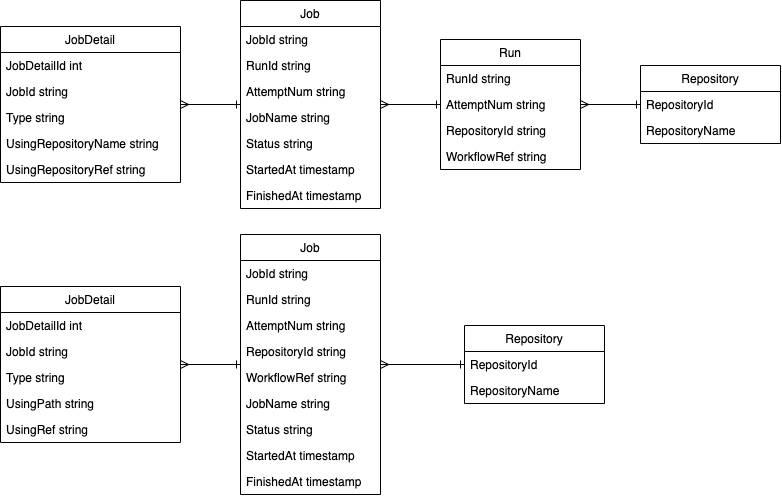
This is docs/arch/model.drawio.png from kazuo278/dashboard, a draw.io export, as it was before one commit. Source tidied: cells renumbered, new cells last; positions are measured from the earlier drawing's top-left corner, leaving out a move shared by most shapes. The source it was exported from:
```xml
<mxGraphModel>
  <root>
    <mxCell id="0" />
    <mxCell id="1" parent="0" />
    <mxCell id="2" value="Job" style="swimlane;fontStyle=0;horizontal=1;startSize=26;fillColor=none;" parent="1" vertex="1">
      <mxGeometry x="240" width="140" height="208" as="geometry" />
    </mxCell>
    <mxCell id="3" value="JobId string" style="text;strokeColor=none;fillColor=none;align=left;verticalAlign=top;spacingLeft=4;spacingRight=4;overflow=hidden;" parent="2" vertex="1">
      <mxGeometry y="26" width="140" height="26" as="geometry" />
    </mxCell>
    <mxCell id="4" value="RunId string" style="text;strokeColor=none;fillColor=none;align=left;verticalAlign=top;spacingLeft=4;spacingRight=4;overflow=hidden;" parent="2" vertex="1">
      <mxGeometry y="52" width="140" height="26" as="geometry" />
    </mxCell>
    <mxCell id="5" value="AttemptNum string" style="text;strokeColor=none;fillColor=none;align=left;verticalAlign=top;spacingLeft=4;spacingRight=4;overflow=hidden;" parent="2" vertex="1">
      <mxGeometry y="78" width="140" height="26" as="geometry" />
    </mxCell>
    <mxCell id="6" value="JobName string" style="text;strokeColor=none;fillColor=none;align=left;verticalAlign=top;spacingLeft=4;spacingRight=4;overflow=hidden;" parent="2" vertex="1">
      <mxGeometry y="104" width="140" height="26" as="geometry" />
    </mxCell>
    <mxCell id="7" value="Status string" style="text;strokeColor=none;fillColor=none;align=left;verticalAlign=top;spacingLeft=4;spacingRight=4;overflow=hidden;" parent="2" vertex="1">
      <mxGeometry y="130" width="140" height="26" as="geometry" />
    </mxCell>
    <mxCell id="8" value="StartedAt timestamp" style="text;strokeColor=none;fillColor=none;align=left;verticalAlign=top;spacingLeft=4;spacingRight=4;overflow=hidden;" parent="2" vertex="1">
      <mxGeometry y="156" width="140" height="26" as="geometry" />
    </mxCell>
    <mxCell id="9" value="FinishedAt timestamp" style="text;strokeColor=none;fillColor=none;align=left;verticalAlign=top;spacingLeft=4;spacingRight=4;overflow=hidden;" parent="2" vertex="1">
      <mxGeometry y="182" width="140" height="26" as="geometry" />
    </mxCell>
    <mxCell id="10" style="edgeStyle=none;html=1;endArrow=ERone;endFill=0;startArrow=ERmany;startFill=0;" parent="1" edge="1" source="11" target="2">
      <mxGeometry relative="1" as="geometry" />
    </mxCell>
    <mxCell id="11" value="JobDetail" style="swimlane;fontStyle=0;horizontal=1;startSize=26;fillColor=none;" parent="1" vertex="1">
      <mxGeometry y="26" width="180" height="156" as="geometry" />
    </mxCell>
    <mxCell id="12" value="JobDetailId int" style="text;strokeColor=none;fillColor=none;align=left;verticalAlign=top;spacingLeft=4;spacingRight=4;overflow=hidden;" parent="11" vertex="1">
      <mxGeometry y="26" width="180" height="26" as="geometry" />
    </mxCell>
    <mxCell id="13" value="JobId string" style="text;strokeColor=none;fillColor=none;align=left;verticalAlign=top;spacingLeft=4;spacingRight=4;overflow=hidden;" parent="11" vertex="1">
      <mxGeometry y="52" width="180" height="26" as="geometry" />
    </mxCell>
    <mxCell id="14" value="Type string&#10;" style="text;strokeColor=none;fillColor=none;align=left;verticalAlign=top;spacingLeft=4;spacingRight=4;overflow=hidden;" parent="11" vertex="1">
      <mxGeometry y="78" width="180" height="26" as="geometry" />
    </mxCell>
    <mxCell id="15" value="UsingRepositoryName string&#10;" style="text;strokeColor=none;fillColor=none;align=left;verticalAlign=top;spacingLeft=4;spacingRight=4;overflow=hidden;" parent="11" vertex="1">
      <mxGeometry y="104" width="180" height="26" as="geometry" />
    </mxCell>
    <mxCell id="16" value="UsingRepositoryRef string" style="text;strokeColor=none;fillColor=none;align=left;verticalAlign=top;spacingLeft=4;spacingRight=4;overflow=hidden;" parent="11" vertex="1">
      <mxGeometry y="130" width="180" height="26" as="geometry" />
    </mxCell>
    <mxCell id="17" value="Repository" style="swimlane;fontStyle=0;horizontal=1;startSize=26;fillColor=none;" parent="1" vertex="1">
      <mxGeometry x="640" y="65" width="140" height="78" as="geometry" />
    </mxCell>
    <mxCell id="18" value="RepositoryId" style="text;strokeColor=none;fillColor=none;align=left;verticalAlign=top;spacingLeft=4;spacingRight=4;overflow=hidden;" parent="17" vertex="1">
      <mxGeometry y="26" width="140" height="26" as="geometry" />
    </mxCell>
    <mxCell id="19" value="RepositoryName" style="text;strokeColor=none;fillColor=none;align=left;verticalAlign=top;spacingLeft=4;spacingRight=4;overflow=hidden;" parent="17" vertex="1">
      <mxGeometry y="52" width="140" height="26" as="geometry" />
    </mxCell>
    <mxCell id="20" style="edgeStyle=none;html=1;startArrow=ERmany;startFill=0;endArrow=ERone;endFill=0;" parent="1" edge="1" source="23" target="17">
      <mxGeometry relative="1" as="geometry" />
    </mxCell>
    <mxCell id="21" value="Run" style="swimlane;fontStyle=0;horizontal=1;startSize=26;fillColor=none;" parent="1" vertex="1">
      <mxGeometry x="440" y="39" width="140" height="130" as="geometry" />
    </mxCell>
    <mxCell id="22" value="RunId string" style="text;strokeColor=none;fillColor=none;align=left;verticalAlign=top;spacingLeft=4;spacingRight=4;overflow=hidden;" parent="21" vertex="1">
      <mxGeometry y="26" width="140" height="26" as="geometry" />
    </mxCell>
    <mxCell id="23" value="AttemptNum string" style="text;strokeColor=none;fillColor=none;align=left;verticalAlign=top;spacingLeft=4;spacingRight=4;overflow=hidden;points=[[0,0.5],[1,0.5]];portConstraint=eastwest;" parent="21" vertex="1">
      <mxGeometry y="52" width="140" height="26" as="geometry" />
    </mxCell>
    <mxCell id="24" value="RepositoryId string" style="text;strokeColor=none;fillColor=none;align=left;verticalAlign=top;spacingLeft=4;spacingRight=4;overflow=hidden;" parent="21" vertex="1">
      <mxGeometry y="78" width="140" height="26" as="geometry" />
    </mxCell>
    <mxCell id="25" value="WorkflowRef string" style="text;strokeColor=none;fillColor=none;align=left;verticalAlign=top;spacingLeft=4;spacingRight=4;overflow=hidden;" parent="21" vertex="1">
      <mxGeometry y="104" width="140" height="26" as="geometry" />
    </mxCell>
    <mxCell id="26" style="edgeStyle=none;html=1;entryX=0;entryY=0.5;entryDx=0;entryDy=0;startArrow=ERmany;startFill=0;endArrow=ERone;endFill=0;" parent="1" edge="1" source="2" target="23">
      <mxGeometry relative="1" as="geometry" />
    </mxCell>
    <mxCell id="27" value="Job" style="swimlane;fontStyle=0;horizontal=1;startSize=26;fillColor=none;" parent="1" vertex="1">
      <mxGeometry x="240" y="234" width="140" height="260" as="geometry" />
    </mxCell>
    <mxCell id="28" value="JobId string" style="text;strokeColor=none;fillColor=none;align=left;verticalAlign=top;spacingLeft=4;spacingRight=4;overflow=hidden;" parent="27" vertex="1">
      <mxGeometry y="26" width="140" height="26" as="geometry" />
    </mxCell>
    <mxCell id="29" value="RunId string" style="text;strokeColor=none;fillColor=none;align=left;verticalAlign=top;spacingLeft=4;spacingRight=4;overflow=hidden;" parent="27" vertex="1">
      <mxGeometry y="52" width="140" height="26" as="geometry" />
    </mxCell>
    <mxCell id="30" value="AttemptNum string" style="text;strokeColor=none;fillColor=none;align=left;verticalAlign=top;spacingLeft=4;spacingRight=4;overflow=hidden;" parent="27" vertex="1">
      <mxGeometry y="78" width="140" height="26" as="geometry" />
    </mxCell>
    <mxCell id="31" value="RepositoryId string" style="text;strokeColor=none;fillColor=none;align=left;verticalAlign=top;spacingLeft=4;spacingRight=4;overflow=hidden;" parent="27" vertex="1">
      <mxGeometry y="104" width="140" height="26" as="geometry" />
    </mxCell>
    <mxCell id="32" value="WorkflowRef string" style="text;strokeColor=none;fillColor=none;align=left;verticalAlign=top;spacingLeft=4;spacingRight=4;overflow=hidden;" parent="27" vertex="1">
      <mxGeometry y="130" width="140" height="26" as="geometry" />
    </mxCell>
    <mxCell id="33" value="JobName string" style="text;strokeColor=none;fillColor=none;align=left;verticalAlign=top;spacingLeft=4;spacingRight=4;overflow=hidden;" parent="27" vertex="1">
      <mxGeometry y="156" width="140" height="26" as="geometry" />
    </mxCell>
    <mxCell id="34" value="Status string" style="text;strokeColor=none;fillColor=none;align=left;verticalAlign=top;spacingLeft=4;spacingRight=4;overflow=hidden;" parent="27" vertex="1">
      <mxGeometry y="182" width="140" height="26" as="geometry" />
    </mxCell>
    <mxCell id="35" value="StartedAt timestamp" style="text;strokeColor=none;fillColor=none;align=left;verticalAlign=top;spacingLeft=4;spacingRight=4;overflow=hidden;" parent="27" vertex="1">
      <mxGeometry y="208" width="140" height="26" as="geometry" />
    </mxCell>
    <mxCell id="36" value="FinishedAt timestamp" style="text;strokeColor=none;fillColor=none;align=left;verticalAlign=top;spacingLeft=4;spacingRight=4;overflow=hidden;" parent="27" vertex="1">
      <mxGeometry y="234" width="140" height="26" as="geometry" />
    </mxCell>
    <mxCell id="37" style="edgeStyle=none;html=1;endArrow=ERone;endFill=0;startArrow=ERmany;startFill=0;" parent="1" edge="1" source="38" target="27">
      <mxGeometry relative="1" as="geometry" />
    </mxCell>
    <mxCell id="38" value="JobDetail" style="swimlane;fontStyle=0;horizontal=1;startSize=26;fillColor=none;" parent="1" vertex="1">
      <mxGeometry y="286" width="180" height="156" as="geometry" />
    </mxCell>
    <mxCell id="39" value="JobDetailId int" style="text;strokeColor=none;fillColor=none;align=left;verticalAlign=top;spacingLeft=4;spacingRight=4;overflow=hidden;" parent="38" vertex="1">
      <mxGeometry y="26" width="180" height="26" as="geometry" />
    </mxCell>
    <mxCell id="40" value="JobId string" style="text;strokeColor=none;fillColor=none;align=left;verticalAlign=top;spacingLeft=4;spacingRight=4;overflow=hidden;" parent="38" vertex="1">
      <mxGeometry y="52" width="180" height="26" as="geometry" />
    </mxCell>
    <mxCell id="41" value="Type string&#10;" style="text;strokeColor=none;fillColor=none;align=left;verticalAlign=top;spacingLeft=4;spacingRight=4;overflow=hidden;" parent="38" vertex="1">
      <mxGeometry y="78" width="180" height="26" as="geometry" />
    </mxCell>
    <mxCell id="42" value="UsingPath string&#10;" style="text;strokeColor=none;fillColor=none;align=left;verticalAlign=top;spacingLeft=4;spacingRight=4;overflow=hidden;" parent="38" vertex="1">
      <mxGeometry y="104" width="180" height="26" as="geometry" />
    </mxCell>
    <mxCell id="43" value="UsingRef string" style="text;strokeColor=none;fillColor=none;align=left;verticalAlign=top;spacingLeft=4;spacingRight=4;overflow=hidden;" parent="38" vertex="1">
      <mxGeometry y="130" width="180" height="26" as="geometry" />
    </mxCell>
    <mxCell id="44" value="Repository" style="swimlane;fontStyle=0;horizontal=1;startSize=26;fillColor=none;" parent="1" vertex="1">
      <mxGeometry x="464" y="325" width="140" height="78" as="geometry" />
    </mxCell>
    <mxCell id="45" value="RepositoryId" style="text;strokeColor=none;fillColor=none;align=left;verticalAlign=top;spacingLeft=4;spacingRight=4;overflow=hidden;points=[[0,0.5],[1,0.5]];portConstraint=eastwest;" parent="44" vertex="1">
      <mxGeometry y="26" width="140" height="26" as="geometry" />
    </mxCell>
    <mxCell id="46" value="RepositoryName" style="text;strokeColor=none;fillColor=none;align=left;verticalAlign=top;spacingLeft=4;spacingRight=4;overflow=hidden;" parent="44" vertex="1">
      <mxGeometry y="52" width="140" height="26" as="geometry" />
    </mxCell>
    <mxCell id="47" style="edgeStyle=none;html=1;startArrow=ERmany;startFill=0;endArrow=ERone;endFill=0;entryX=0;entryY=0.5;entryDx=0;entryDy=0;" parent="1" edge="1" source="27" target="45">
      <mxGeometry relative="1" as="geometry" />
    </mxCell>
  </root>
</mxGraphModel>
```
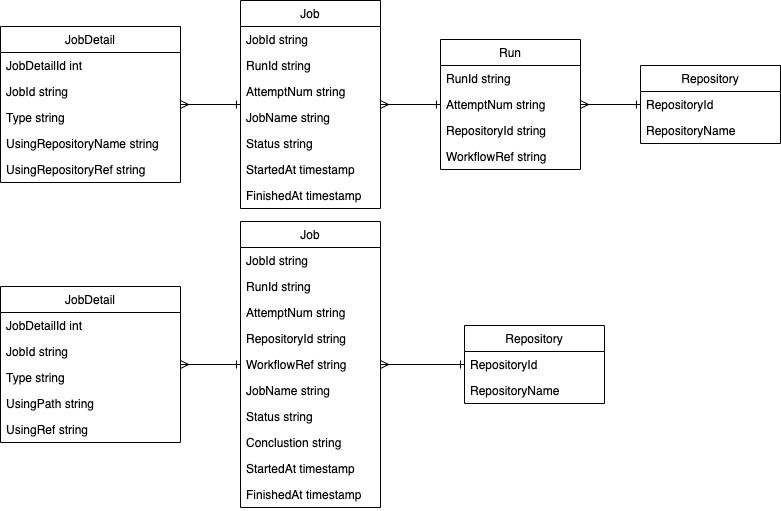
After the commit.

Diff of the diagram source:
```diff
@@ -78,7 +78,7 @@
       <mxGeometry relative="1" as="geometry" />
     </mxCell>
     <mxCell id="27" value="Job" style="swimlane;fontStyle=0;horizontal=1;startSize=26;fillColor=none;" parent="1" vertex="1">
-      <mxGeometry x="240" y="234" width="140" height="260" as="geometry" />
+      <mxGeometry x="240" y="221" width="140" height="286" as="geometry" />
     </mxCell>
     <mxCell id="28" value="JobId string" style="text;strokeColor=none;fillColor=none;align=left;verticalAlign=top;spacingLeft=4;spacingRight=4;overflow=hidden;" parent="27" vertex="1">
       <mxGeometry y="26" width="140" height="26" as="geometry" />
@@ -101,11 +101,14 @@
     <mxCell id="34" value="Status string" style="text;strokeColor=none;fillColor=none;align=left;verticalAlign=top;spacingLeft=4;spacingRight=4;overflow=hidden;" parent="27" vertex="1">
       <mxGeometry y="182" width="140" height="26" as="geometry" />
     </mxCell>
+    <mxCell id="48" value="Conclustion string" style="text;strokeColor=none;fillColor=none;align=left;verticalAlign=top;spacingLeft=4;spacingRight=4;overflow=hidden;" parent="27" vertex="1">
+      <mxGeometry y="208" width="140" height="26" as="geometry" />
+    </mxCell>
     <mxCell id="35" value="StartedAt timestamp" style="text;strokeColor=none;fillColor=none;align=left;verticalAlign=top;spacingLeft=4;spacingRight=4;overflow=hidden;" parent="27" vertex="1">
-      <mxGeometry y="208" width="140" height="26" as="geometry" />
+      <mxGeometry y="234" width="140" height="26" as="geometry" />
     </mxCell>
     <mxCell id="36" value="FinishedAt timestamp" style="text;strokeColor=none;fillColor=none;align=left;verticalAlign=top;spacingLeft=4;spacingRight=4;overflow=hidden;" parent="27" vertex="1">
-      <mxGeometry y="234" width="140" height="26" as="geometry" />
+      <mxGeometry y="260" width="140" height="26" as="geometry" />
     </mxCell>
     <mxCell id="37" style="edgeStyle=none;html=1;endArrow=ERone;endFill=0;startArrow=ERmany;startFill=0;" parent="1" edge="1" source="38" target="27">
       <mxGeometry relative="1" as="geometry" />
```
